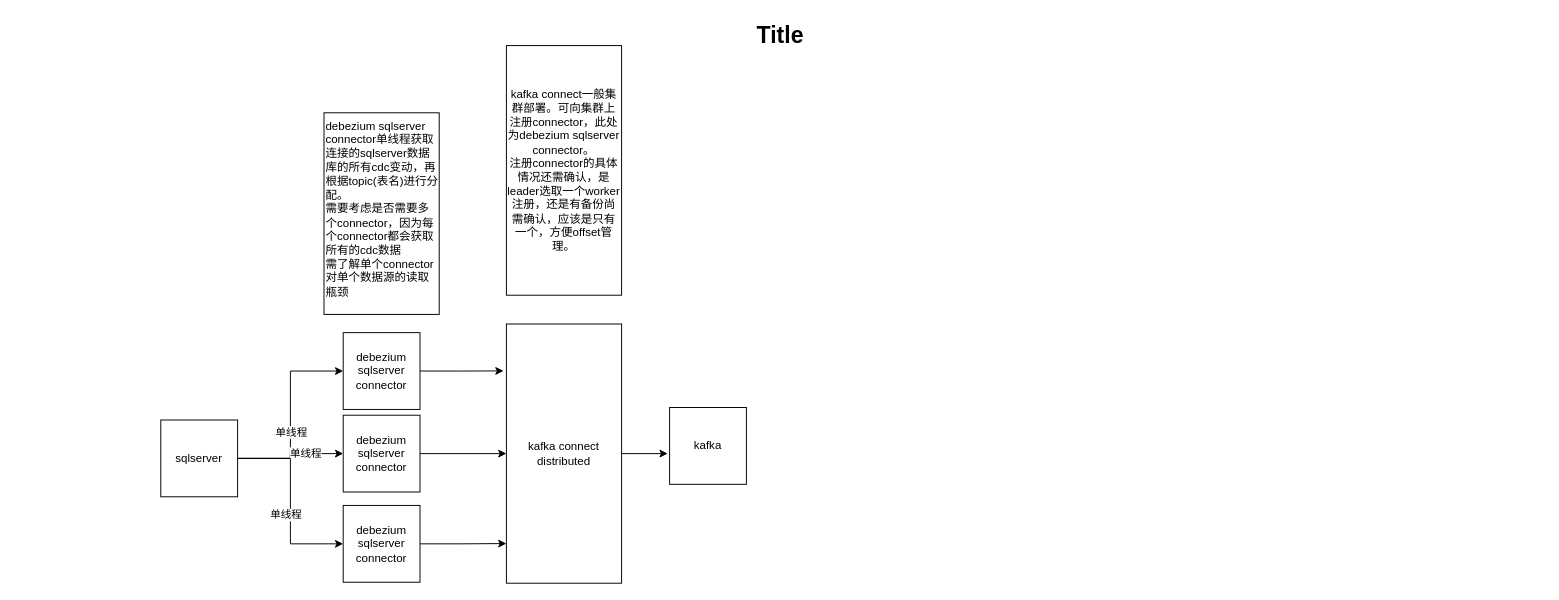
Before: 2021/Untitled Diagram.drawio in nanaliulei/studyPlan, a draw.io diagram. Source tidied: cells renumbered, new cells numbered last; positions are measured from the earlier drawing's top-left corner, leaving out a move shared by most shapes. Both pictures are drawn from the tidied source at 96%, with x=0, y=0 at pixel (16, 16).
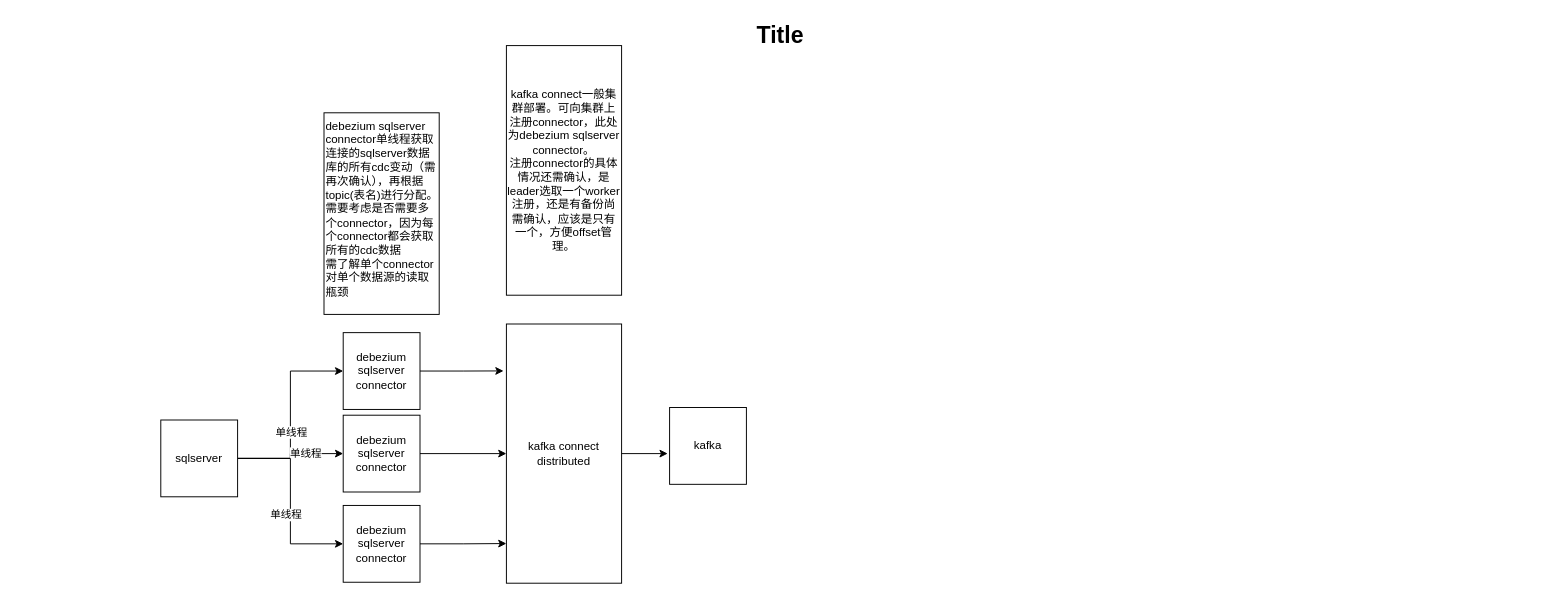
The same diagram, later.

The edit, as a diff of the source:
```diff
@@
-    <mxCell id="2" value="debezium sqlserver connector单线程获取连接的sqlserver数据库的所有cdc变动，再根据topic(表名)进行分配。&lt;br&gt;需要考虑是否需要多个connector，因为每个connector都会获取所有的cdc数据&lt;br&gt;需了解单个connector对单个数据源的读取瓶颈" style="rounded=0;whiteSpace=wrap;html=1;gradientColor=none;align=left;verticalAlign=top;" parent="1" vertex="1">
+    <mxCell id="2" value="debezium sqlserver connector单线程获取连接的sqlserver数据库的所有cdc变动（需再次确认），再根据topic(表名)进行分配。&lt;br&gt;需要考虑是否需要多个connector，因为每个connector都会获取所有的cdc数据&lt;br&gt;需了解单个connector对单个数据源的读取瓶颈" style="rounded=0;whiteSpace=wrap;html=1;gradientColor=none;align=left;verticalAlign=top;" parent="1" vertex="1">
       <mxGeometry x="320" y="100" width="120" height="210" as="geometry" />
     </mxCell>
```
